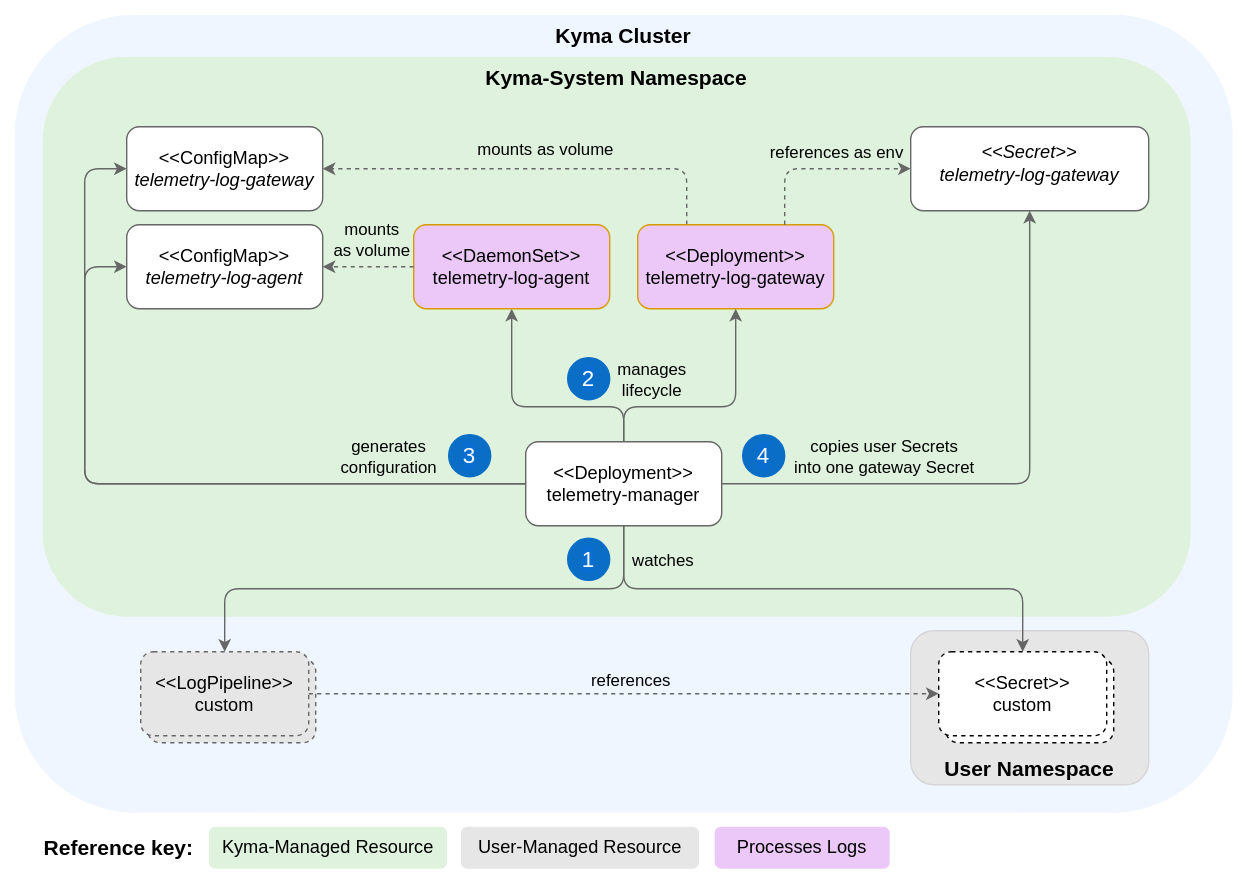
kyma-project/telemetry-manager keeps this draw.io diagram as docs/user/assets/logs-resources.drawio.svg. Above is the earlier version. Source tidied: cells renumbered, new cells last; positions are measured from the earlier drawing's top-left corner, leaving out a move shared by most shapes.
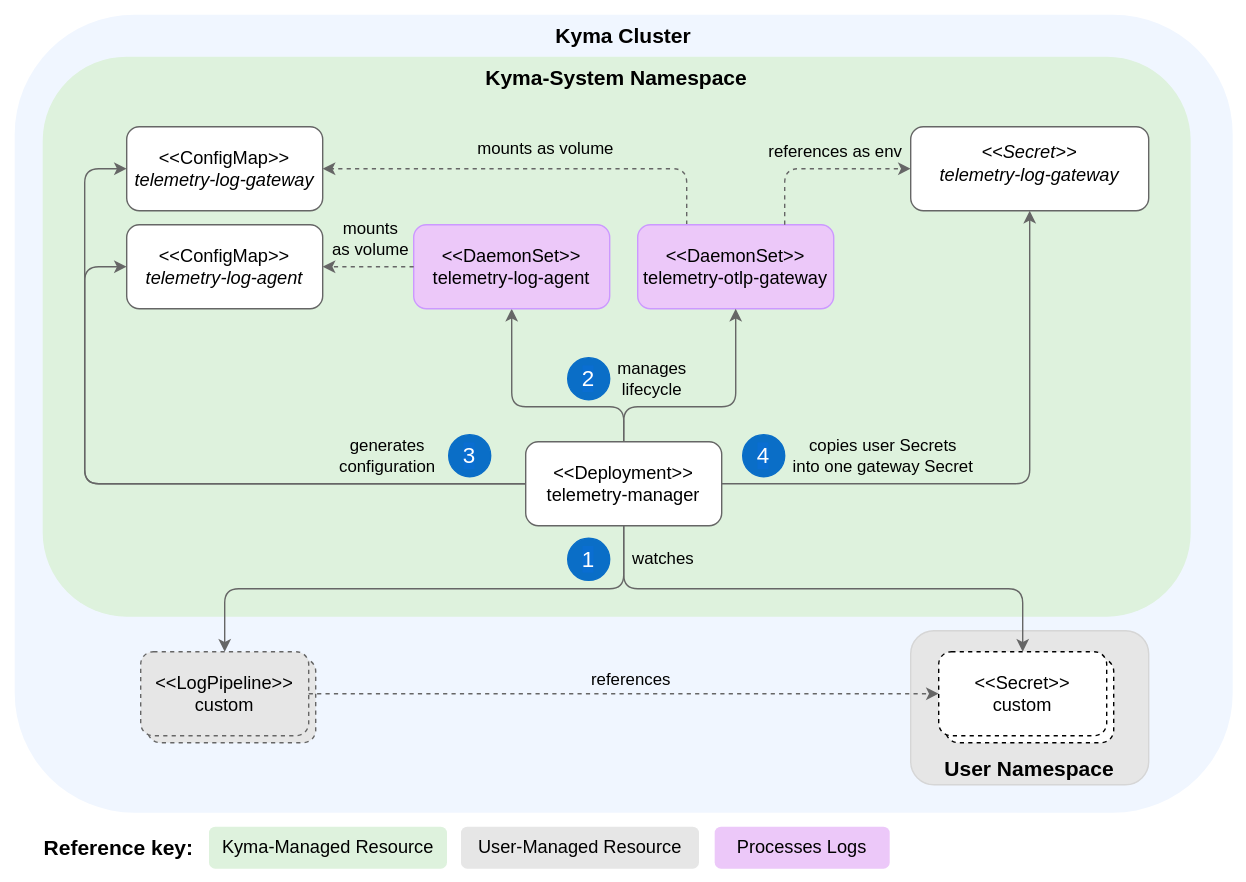
Later version of the same file.

The edit, as a diff of the source:
```diff
@@ -74,7 +74,7 @@
         <mxPoint x="-15" y="-12" as="offset" />
       </mxGeometry>
     </mxCell>
-    <mxCell id="19" value="&amp;lt;&amp;lt;DaemonSet&amp;gt;&amp;gt;&lt;br style=&quot;font-size: 13px;&quot;&gt;telemetry-log-agent" style="rounded=1;whiteSpace=wrap;html=1;strokeColor=#D79B00;fontSize=13;fillColor=#ECC8F9;" parent="1" vertex="1">
+    <mxCell id="19" value="&amp;lt;&amp;lt;DaemonSet&amp;gt;&amp;gt;&lt;br style=&quot;font-size: 13px;&quot;&gt;telemetry-log-agent" style="rounded=1;whiteSpace=wrap;html=1;strokeColor=#CC99FF;fontSize=13;fillColor=#ECC8F9;" parent="1" vertex="1">
       <mxGeometry x="295" y="160" width="140" height="60" as="geometry" />
     </mxCell>
     <mxCell id="20" value="&lt;div style=&quot;font-size: 13px;&quot;&gt;&lt;font style=&quot;font-size: 13px&quot;&gt;&amp;lt;&amp;lt;ConfigMap&amp;gt;&amp;gt;&lt;/font&gt;&lt;/div&gt;&lt;i style=&quot;font-size: 13px&quot;&gt;&lt;div style=&quot;font-size: 13px;&quot;&gt;&lt;i style=&quot;background-color: initial; font-size: 13px;&quot;&gt;telemetry-log-agent&lt;/i&gt;&lt;/div&gt;&lt;/i&gt;" style="rounded=1;whiteSpace=wrap;html=1;align=center;strokeColor=#666666;fontSize=13;verticalAlign=middle;horizontal=1;labelPosition=center;verticalLabelPosition=middle;fillColor=#FFFFFF;" parent="1" vertex="1">
@@ -103,7 +103,7 @@
         <mxPoint x="21" y="-12" as="offset" />
       </mxGeometry>
     </mxCell>
-    <mxCell id="26" value="&amp;lt;&amp;lt;Deployment&amp;gt;&amp;gt;&lt;br style=&quot;font-size: 13px;&quot;&gt;telemetry-log-gateway" style="rounded=1;whiteSpace=wrap;html=1;strokeColor=#D79B00;fontSize=13;fillColor=#ECC8F9;" parent="1" vertex="1">
+    <mxCell id="26" value="&amp;lt;&amp;lt;DaemonSet&amp;gt;&amp;gt;&lt;br style=&quot;font-size: 13px;&quot;&gt;telemetry-otlp-gateway" style="rounded=1;whiteSpace=wrap;html=1;strokeColor=#CC99FF;fontSize=13;fillColor=#ECC8F9;" parent="1" vertex="1">
       <mxGeometry x="455" y="160" width="140" height="60" as="geometry" />
     </mxCell>
     <mxCell id="27" style="edgeStyle=orthogonalEdgeStyle;html=1;exitX=0.75;exitY=0;exitDx=0;exitDy=0;entryX=0;entryY=0.5;entryDx=0;entryDy=0;dashed=1;strokeColor=#666666;" parent="1" edge="1" source="26" target="21">
```
